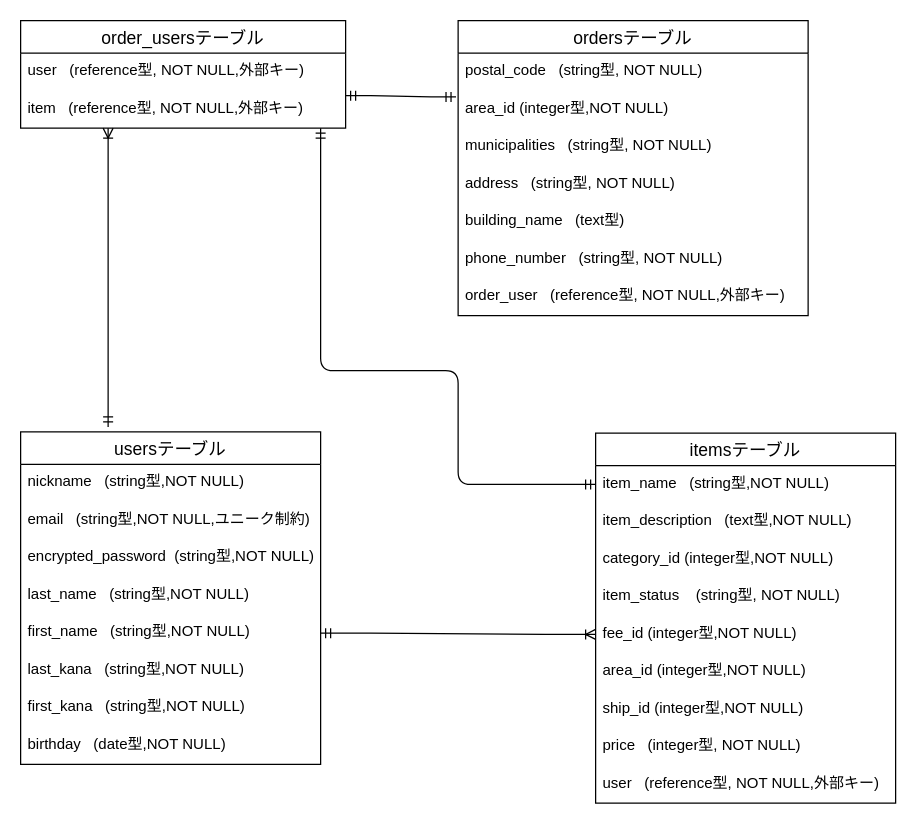
Before: furima36474.dio in ryo1374/furima-36474, a draw.io diagram. Source tidied: cells renumbered, new cells numbered last; positions are measured from the earlier drawing's top-left corner, leaving out a move shared by most shapes. Both pictures are drawn from the tidied source at 125%, with x=0, y=0 at pixel (20, 20).
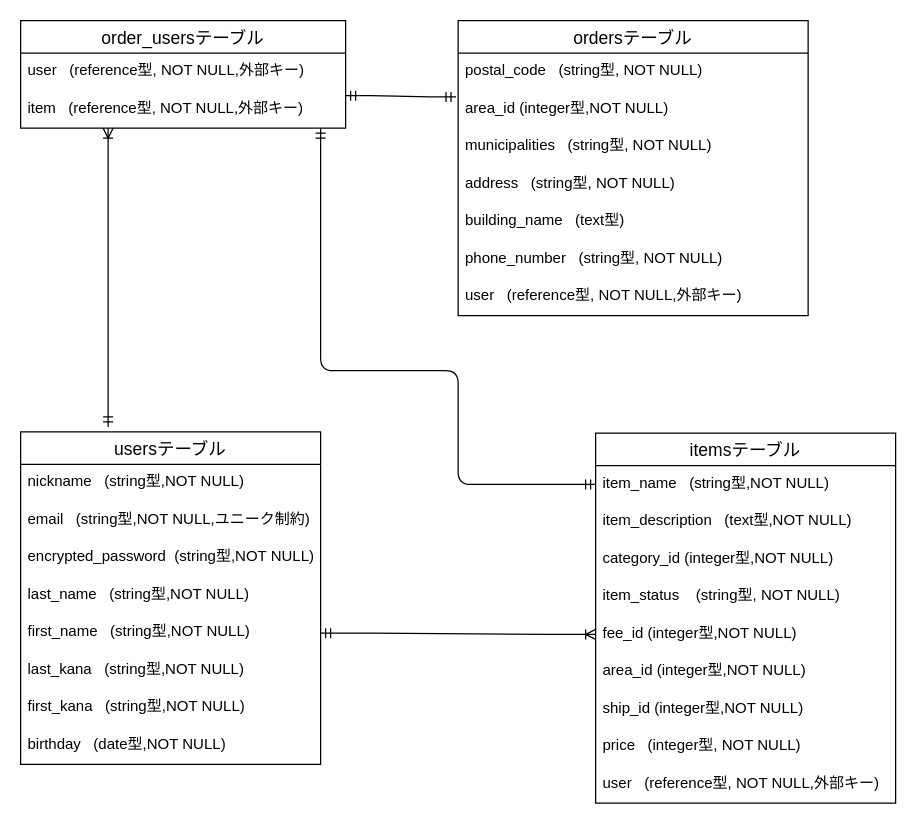
After the change.

Unchanged cells that the change refers to:
```xml
<mxCell id="21" value="ordersテーブル" style="swimlane;fontStyle=0;horizontal=1;startSize=26;align=center;fontSize=14;" parent="1" vertex="1">
  <mxGeometry x="350" width="280" height="236" as="geometry" />
</mxCell>
```

The edit, as a diff of the source:
```diff
@@
-    <mxCell id="28" value="order_user   (reference型, NOT NULL,外部キー)" style="text;strokeColor=none;fillColor=none;spacingLeft=4;spacingRight=4;overflow=hidden;fontSize=12;" parent="21" vertex="1">
+    <mxCell id="28" value="user   (reference型, NOT NULL,外部キー)" style="text;strokeColor=none;fillColor=none;spacingLeft=4;spacingRight=4;overflow=hidden;fontSize=12;" parent="21" vertex="1">
       <mxGeometry y="206" width="280" height="30" as="geometry" />
     </mxCell>
```
